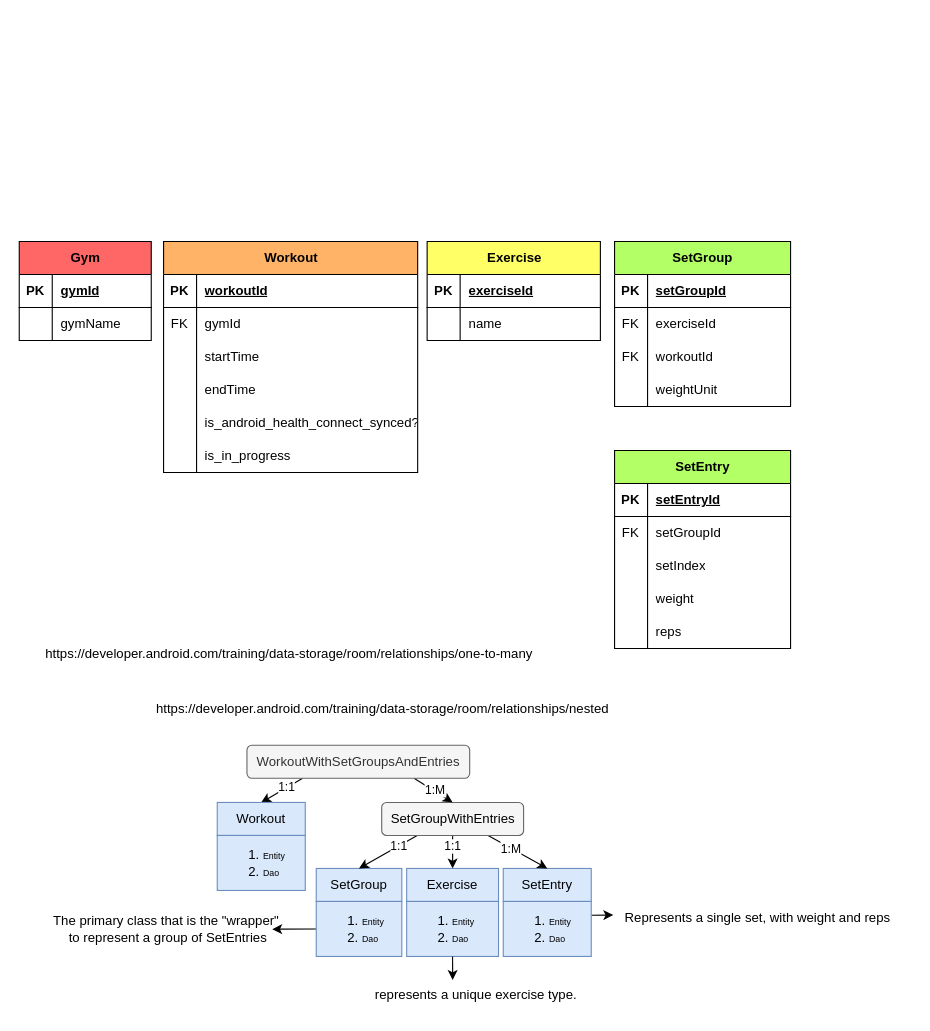
Above: docs/data_structure.drawio in H-unter/Fitness-Application (draw.io), before the change. Source tidied: cells renumbered, new cells numbered last; positions are measured from the earlier drawing's top-left corner, leaving out a move shared by most shapes. Both pictures are drawn from the tidied source at 110%, with x=0, y=0 at pixel (19, 241).
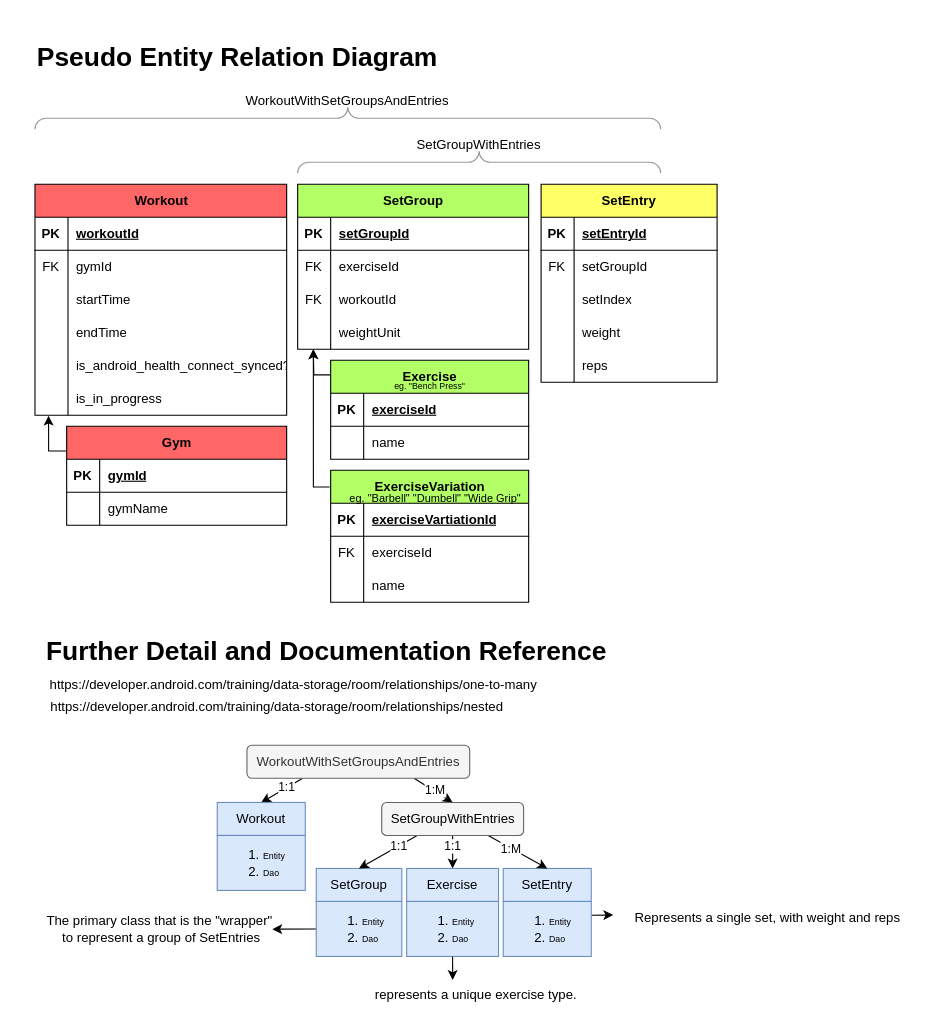
Above is the later version.

Commit message:
Improve data structure documentation

What changed in the source:
```diff
@@
     <mxCell id="2" value="Gym" style="shape=table;startSize=30;childLayout=tableLayout;rowLines=0;fontStyle=1;align=center;html=1;gradientColor=none;fillColor=#FF6666;" parent="1" vertex="1">
-      <mxGeometry width="120" height="90" as="geometry" />
+      <mxGeometry x="43.1" y="168" width="200" height="90" as="geometry" />
     </mxCell>
     <mxCell id="3" style="shape=tableRow;horizontal=0;startSize=0;swimlaneHead=0;swimlaneBody=0;fillColor=none;top=0;left=0;right=0;bottom=1;" parent="2" vertex="1">
-      <mxGeometry y="30" width="120" height="30" as="geometry" />
+      <mxGeometry y="30" width="200" height="30" as="geometry" />
     </mxCell>
@@
     <mxCell id="5" value="gymId" style="shape=partialRectangle;fillColor=none;top=0;left=0;bottom=0;right=0;align=left;spacingLeft=6;fontStyle=5;overflow=hidden;whiteSpace=wrap;html=1;" parent="3" vertex="1">
-      <mxGeometry x="30" width="90" height="30" as="geometry" />
+      <mxGeometry x="30" width="170" height="30" as="geometry" />
     </mxCell>
     <mxCell id="6" style="shape=tableRow;horizontal=0;startSize=0;swimlaneHead=0;swimlaneBody=0;fillColor=none;top=0;left=0;right=0;bottom=0;" parent="2" vertex="1">
-      <mxGeometry y="60" width="120" height="30" as="geometry" />
+      <mxGeometry y="60" width="200" height="30" as="geometry" />
     </mxCell>
@@
     <mxCell id="8" value="gymName" style="shape=partialRectangle;fillColor=none;top=0;left=0;bottom=0;right=0;align=left;spacingLeft=6;overflow=hidden;whiteSpace=wrap;html=1;" parent="6" vertex="1">
-      <mxGeometry x="30" width="90" height="30" as="geometry" />
+      <mxGeometry x="30" width="170" height="30" as="geometry" />
     </mxCell>
-    <mxCell id="9" value="Workout" style="shape=table;startSize=30;childLayout=tableLayout;rowLines=0;fontStyle=1;align=center;html=1;fillColor=#FFB366;" parent="1" vertex="1">
-      <mxGeometry x="131.2" width="231" height="210" as="geometry" />
+    <mxCell id="9" value="Workout" style="shape=table;startSize=30;childLayout=tableLayout;rowLines=0;fontStyle=1;align=center;html=1;fillColor=#FF6666;" parent="1" vertex="1">
+      <mxGeometry x="14.3" y="-52" width="228.8" height="210" as="geometry" />
     </mxCell>
     <mxCell id="10" style="shape=tableRow;horizontal=0;startSize=0;swimlaneHead=0;swimlaneBody=0;fillColor=none;top=0;left=0;right=0;bottom=1;" parent="9" vertex="1">
-      <mxGeometry y="30" width="231" height="30" as="geometry" />
+      <mxGeometry y="30" width="228.8" height="30" as="geometry" />
     </mxCell>
@@
     <mxCell id="12" value="workoutId" style="shape=partialRectangle;fillColor=none;top=0;left=0;bottom=0;right=0;align=left;spacingLeft=6;fontStyle=5;overflow=hidden;whiteSpace=wrap;html=1;" parent="10" vertex="1">
-      <mxGeometry x="30" width="201" height="30" as="geometry" />
+      <mxGeometry x="30" width="198.8" height="30" as="geometry" />
     </mxCell>
     <mxCell id="13" style="shape=tableRow;horizontal=0;startSize=0;swimlaneHead=0;swimlaneBody=0;fillColor=none;top=0;left=0;right=0;bottom=0;" parent="9" vertex="1">
-      <mxGeometry y="60" width="231" height="30" as="geometry" />
+      <mxGeometry y="60" width="228.8" height="30" as="geometry" />
     </mxCell>
@@
     <mxCell id="15" value="gymId" style="shape=partialRectangle;fillColor=none;top=0;left=0;bottom=0;right=0;align=left;spacingLeft=6;overflow=hidden;whiteSpace=wrap;html=1;" parent="13" vertex="1">
-      <mxGeometry x="30" width="201" height="30" as="geometry" />
+      <mxGeometry x="30" width="198.8" height="30" as="geometry" />
     </mxCell>
     <mxCell id="16" style="shape=tableRow;horizontal=0;startSize=0;swimlaneHead=0;swimlaneBody=0;fillColor=none;top=0;left=0;right=0;bottom=0;" parent="9" vertex="1">
-      <mxGeometry y="90" width="231" height="30" as="geometry" />
+      <mxGeometry y="90" width="228.8" height="30" as="geometry" />
     </mxCell>
@@
     <mxCell id="18" value="startTime" style="shape=partialRectangle;fillColor=none;top=0;left=0;bottom=0;right=0;align=left;spacingLeft=6;overflow=hidden;whiteSpace=wrap;html=1;" parent="16" vertex="1">
-      <mxGeometry x="30" width="201" height="30" as="geometry" />
+      <mxGeometry x="30" width="198.8" height="30" as="geometry" />
     </mxCell>
     <mxCell id="19" style="shape=tableRow;horizontal=0;startSize=0;swimlaneHead=0;swimlaneBody=0;fillColor=none;top=0;left=0;right=0;bottom=0;" parent="9" vertex="1">
-      <mxGeometry y="120" width="231" height="30" as="geometry" />
+      <mxGeometry y="120" width="228.8" height="30" as="geometry" />
     </mxCell>
@@
     <mxCell id="21" value="endTime" style="shape=partialRectangle;fillColor=none;top=0;left=0;bottom=0;right=0;align=left;spacingLeft=6;overflow=hidden;whiteSpace=wrap;html=1;" parent="19" vertex="1">
-      <mxGeometry x="30" width="201" height="30" as="geometry" />
+      <mxGeometry x="30" width="198.8" height="30" as="geometry" />
     </mxCell>
     <mxCell id="22" style="shape=tableRow;horizontal=0;startSize=0;swimlaneHead=0;swimlaneBody=0;fillColor=none;top=0;left=0;right=0;bottom=0;" parent="9" vertex="1">
-      <mxGeometry y="150" width="231" height="30" as="geometry" />
+      <mxGeometry y="150" width="228.8" height="30" as="geometry" />
     </mxCell>
@@
     <mxCell id="24" value="is_android_health_connect_synced?" style="shape=partialRectangle;fillColor=none;top=0;left=0;bottom=0;right=0;align=left;spacingLeft=6;overflow=hidden;whiteSpace=wrap;html=1;" parent="22" vertex="1">
-      <mxGeometry x="30" width="201" height="30" as="geometry" />
+      <mxGeometry x="30" width="198.8" height="30" as="geometry" />
     </mxCell>
     <mxCell id="25" style="shape=tableRow;horizontal=0;startSize=0;swimlaneHead=0;swimlaneBody=0;fillColor=none;points=[[0,0.5],[1,0.5]];portConstraint=eastwest;top=0;left=0;right=0;bottom=0;" parent="9" vertex="1">
-      <mxGeometry y="180" width="231" height="30" as="geometry" />
+      <mxGeometry y="180" width="228.8" height="30" as="geometry" />
     </mxCell>
@@
     <mxCell id="27" value="is_in_progress" style="shape=partialRectangle;fillColor=none;top=0;left=0;bottom=0;right=0;align=left;spacingLeft=6;overflow=hidden;whiteSpace=wrap;html=1;" parent="25" vertex="1">
-      <mxGeometry x="30" width="201" height="30" as="geometry" />
+      <mxGeometry x="30" width="198.8" height="30" as="geometry" />
     </mxCell>
-    <mxCell id="28" value="Exercise" style="shape=table;startSize=30;childLayout=tableLayout;rowLines=0;fontStyle=1;align=center;html=1;fillColor=#FFFF66;" parent="1" vertex="1">
-      <mxGeometry x="370.8" width="157.5" height="90" as="geometry" />
+    <mxCell id="28" value="Exercise" style="shape=table;startSize=30;childLayout=tableLayout;rowLines=0;fontStyle=1;align=center;html=1;fillColor=#B3FF66;" parent="1" vertex="1">
+      <mxGeometry x="283.1" y="108" width="180" height="90" as="geometry" />
     </mxCell>
     <mxCell id="29" style="shape=tableRow;horizontal=0;startSize=0;swimlaneHead=0;swimlaneBody=0;fillColor=none;top=0;left=0;right=0;bottom=1;" parent="28" vertex="1">
-      <mxGeometry y="30" width="157.5" height="30" as="geometry" />
+      <mxGeometry y="30" width="180" height="30" as="geometry" />
     </mxCell>
@@
     <mxCell id="31" value="exerciseId" style="shape=partialRectangle;fillColor=none;top=0;left=0;bottom=0;right=0;align=left;spacingLeft=6;fontStyle=5;overflow=hidden;whiteSpace=wrap;html=1;" parent="29" vertex="1">
-      <mxGeometry x="30" width="127.5" height="30" as="geometry" />
+      <mxGeometry x="30" width="150" height="30" as="geometry" />
     </mxCell>
     <mxCell id="32" style="shape=tableRow;horizontal=0;startSize=0;swimlaneHead=0;swimlaneBody=0;fillColor=none;top=0;left=0;right=0;bottom=0;" parent="28" vertex="1">
-      <mxGeometry y="60" width="157.5" height="30" as="geometry" />
+      <mxGeometry y="60" width="180" height="30" as="geometry" />
     </mxCell>
@@
     <mxCell id="34" value="name" style="shape=partialRectangle;fillColor=none;top=0;left=0;bottom=0;right=0;align=left;spacingLeft=6;overflow=hidden;whiteSpace=wrap;html=1;" parent="32" vertex="1">
-      <mxGeometry x="30" width="127.5" height="30" as="geometry" />
+      <mxGeometry x="30" width="150" height="30" as="geometry" />
     </mxCell>
     <mxCell id="35" value="SetGroup" style="shape=table;startSize=30;childLayout=tableLayout;rowLines=0;fontStyle=1;align=center;html=1;fillColor=#B3FF66;" parent="1" vertex="1">
-      <mxGeometry x="541.2" width="160" height="150" as="geometry" />
+      <mxGeometry x="253.1" y="-52" width="210" height="150" as="geometry" />
     </mxCell>
     <mxCell id="36" style="shape=tableRow;horizontal=0;startSize=0;swimlaneHead=0;swimlaneBody=0;fillColor=none;top=0;left=0;right=0;bottom=1;" parent="35" vertex="1">
-      <mxGeometry y="30" width="160" height="30" as="geometry" />
+      <mxGeometry y="30" width="210" height="30" as="geometry" />
     </mxCell>
@@
     <mxCell id="38" value="setGroupId" style="shape=partialRectangle;fillColor=none;top=0;left=0;bottom=0;right=0;align=left;spacingLeft=6;fontStyle=5;overflow=hidden;whiteSpace=wrap;html=1;" parent="36" vertex="1">
-      <mxGeometry x="30" width="130" height="30" as="geometry" />
+      <mxGeometry x="30" width="180" height="30" as="geometry" />
     </mxCell>
     <mxCell id="39" style="shape=tableRow;horizontal=0;startSize=0;swimlaneHead=0;swimlaneBody=0;fillColor=none;top=0;left=0;right=0;bottom=0;" parent="35" vertex="1">
-      <mxGeometry y="60" width="160" height="30" as="geometry" />
+      <mxGeometry y="60" width="210" height="30" as="geometry" />
     </mxCell>
@@
     <mxCell id="41" value="exerciseId" style="shape=partialRectangle;fillColor=none;top=0;left=0;bottom=0;right=0;align=left;spacingLeft=6;overflow=hidden;whiteSpace=wrap;html=1;" parent="39" vertex="1">
-      <mxGeometry x="30" width="130" height="30" as="geometry" />
+      <mxGeometry x="30" width="180" height="30" as="geometry" />
     </mxCell>
     <mxCell id="42" style="shape=tableRow;horizontal=0;startSize=0;swimlaneHead=0;swimlaneBody=0;fillColor=none;top=0;left=0;right=0;bottom=0;" parent="35" vertex="1">
-      <mxGeometry y="90" width="160" height="30" as="geometry" />
+      <mxGeometry y="90" width="210" height="30" as="geometry" />
     </mxCell>
@@
     <mxCell id="44" value="workoutId" style="shape=partialRectangle;fillColor=none;top=0;left=0;bottom=0;right=0;align=left;spacingLeft=6;overflow=hidden;whiteSpace=wrap;html=1;" parent="42" vertex="1">
-      <mxGeometry x="30" width="130" height="30" as="geometry" />
+      <mxGeometry x="30" width="180" height="30" as="geometry" />
     </mxCell>
     <mxCell id="45" style="shape=tableRow;horizontal=0;startSize=0;swimlaneHead=0;swimlaneBody=0;fillColor=none;points=[[0,0.5],[1,0.5]];portConstraint=eastwest;top=0;left=0;right=0;bottom=0;" parent="35" vertex="1">
-      <mxGeometry y="120" width="160" height="30" as="geometry" />
+      <mxGeometry y="120" width="210" height="30" as="geometry" />
     </mxCell>
@@
     <mxCell id="47" value="weightUnit" style="shape=partialRectangle;fillColor=none;top=0;left=0;bottom=0;right=0;align=left;spacingLeft=6;overflow=hidden;whiteSpace=wrap;html=1;" parent="45" vertex="1">
-      <mxGeometry x="30" width="130" height="30" as="geometry" />
+      <mxGeometry x="30" width="180" height="30" as="geometry" />
     </mxCell>
-    <mxCell id="48" value="SetEntry" style="shape=table;startSize=30;childLayout=tableLayout;rowLines=0;fontStyle=1;align=center;html=1;fillColor=#B3FF66;" parent="1" vertex="1">
-      <mxGeometry x="541.2" y="190" width="160" height="180" as="geometry" />
+    <mxCell id="48" value="SetEntry" style="shape=table;startSize=30;childLayout=tableLayout;rowLines=0;fontStyle=1;align=center;html=1;fillColor=#FFFF66;" parent="1" vertex="1">
+      <mxGeometry x="474.4" y="-52" width="160" height="180" as="geometry" />
     </mxCell>
@@
     <mxCell id="73" value="https://developer.android.com/training/data-storage/room/relationships/nested" style="text;html=1;align=center;verticalAlign=middle;strokeColor=none;fillColor=none;" parent="1" vertex="1">
-      <mxGeometry x="110" y="410" width="440" height="30" as="geometry" />
+      <mxGeometry x="14.3" y="408" width="440" height="30" as="geometry" />
     </mxCell>
     <mxCell id="74" value="&lt;div&gt;&lt;br&gt;&lt;/div&gt;" style="text;html=1;align=center;verticalAlign=middle;strokeColor=none;fillColor=none;" parent="1" vertex="1">
-      <mxGeometry x="319.5" y="428" width="20" height="30" as="geometry" />
+      <mxGeometry x="288.2" y="486" width="20" height="30" as="geometry" />
     </mxCell>
@@
     <mxCell id="81" value="https://developer.android.com/training/data-storage/room/relationships/one-to-many" style="text;html=1;align=center;verticalAlign=middle;strokeColor=none;fillColor=none;" parent="1" vertex="1">
-      <mxGeometry x="10" y="360" width="470" height="30" as="geometry" />
+      <mxGeometry x="14.3" y="388" width="470" height="30" as="geometry" />
     </mxCell>
@@
     <mxCell id="91" value="Represents a single set, with weight and reps" style="text;html=1;align=center;verticalAlign=middle;strokeColor=none;fillColor=none;" parent="1" vertex="1">
-      <mxGeometry x="541.2" y="600" width="260" height="30" as="geometry" />
+      <mxGeometry x="550" y="600" width="260" height="30" as="geometry" />
     </mxCell>
     <mxCell id="92" value="The primary class that is the &quot;wrapper&quot;&amp;nbsp;&lt;br&gt;to represent a group of SetEntries" style="text;html=1;align=center;verticalAlign=middle;strokeColor=none;fillColor=none;" parent="1" vertex="1">
-      <mxGeometry x="20" y="605" width="230" height="40" as="geometry" />
+      <mxGeometry x="14.3" y="605" width="230" height="40" as="geometry" />
     </mxCell>
+    <mxCell id="93" value="ExerciseVariation" style="shape=table;startSize=30;childLayout=tableLayout;rowLines=0;fontStyle=1;align=center;html=1;fillColor=#B3FF66;" parent="1" vertex="1">
+      <mxGeometry x="283.1" y="208" width="180" height="120" as="geometry" />
+    </mxCell>
+    <mxCell id="94" style="shape=tableRow;horizontal=0;startSize=0;swimlaneHead=0;swimlaneBody=0;fillColor=none;top=0;left=0;right=0;bottom=1;" parent="93" vertex="1">
+      <mxGeometry y="30" width="180" height="30" as="geometry" />
+    </mxCell>
+    <mxCell id="95" value="PK" style="shape=partialRectangle;fillColor=none;top=0;left=0;bottom=0;right=0;fontStyle=1;overflow=hidden;whiteSpace=wrap;html=1;" parent="94" vertex="1">
+      <mxGeometry width="30" height="30" as="geometry" />
+    </mxCell>
+    <mxCell id="96" value="exerciseVartiationId" style="shape=partialRectangle;fillColor=none;top=0;left=0;bottom=0;right=0;align=left;spacingLeft=6;fontStyle=5;overflow=hidden;whiteSpace=wrap;html=1;" parent="94" vertex="1">
+      <mxGeometry x="30" width="150" height="30" as="geometry" />
+    </mxCell>
+    <mxCell id="97" style="shape=tableRow;horizontal=0;startSize=0;swimlaneHead=0;swimlaneBody=0;fillColor=none;top=0;left=0;right=0;bottom=0;" parent="93" vertex="1">
+      <mxGeometry y="60" width="180" height="30" as="geometry" />
+    </mxCell>
+    <mxCell id="98" value="FK" style="shape=partialRectangle;fillColor=none;top=0;left=0;bottom=0;right=0;overflow=hidden;whiteSpace=wrap;html=1;" parent="97" vertex="1">
+      <mxGeometry width="30" height="30" as="geometry" />
+    </mxCell>
+    <mxCell id="99" value="exerciseId" style="shape=partialRectangle;fillColor=none;top=0;left=0;bottom=0;right=0;align=left;spacingLeft=6;overflow=hidden;whiteSpace=wrap;html=1;" parent="97" vertex="1">
+      <mxGeometry x="30" width="150" height="30" as="geometry" />
+    </mxCell>
+    <mxCell id="100" style="shape=tableRow;horizontal=0;startSize=0;swimlaneHead=0;swimlaneBody=0;fillColor=none;top=0;left=0;right=0;bottom=0;" parent="93" vertex="1">
+      <mxGeometry y="90" width="180" height="30" as="geometry" />
+    </mxCell>
+    <mxCell id="101" style="shape=partialRectangle;fillColor=none;top=0;left=0;bottom=0;right=0;overflow=hidden;whiteSpace=wrap;html=1;" parent="100" vertex="1">
+      <mxGeometry width="30" height="30" as="geometry" />
+    </mxCell>
+    <mxCell id="102" value="name" style="shape=partialRectangle;fillColor=none;top=0;left=0;bottom=0;right=0;align=left;spacingLeft=6;overflow=hidden;whiteSpace=wrap;html=1;" parent="100" vertex="1">
+      <mxGeometry x="30" width="150" height="30" as="geometry" />
+    </mxCell>
+    <mxCell id="103" value="&lt;font style=&quot;font-size: 8px;&quot;&gt;eg. &quot;Bench Press&quot;&lt;/font&gt;" style="text;html=1;align=center;verticalAlign=middle;strokeColor=none;fillColor=none;" parent="1" vertex="1">
+      <mxGeometry x="328.1" y="116" width="90" height="30" as="geometry" />
+    </mxCell>
+    <mxCell id="104" value="&lt;font style=&quot;font-size: 10px;&quot;&gt;eg. &quot;Barbell&quot; &quot;Dumbell&quot; &quot;Wide Grip&quot;&lt;/font&gt;" style="text;html=1;align=center;verticalAlign=middle;strokeColor=none;fillColor=none;" parent="1" vertex="1">
+      <mxGeometry x="288.2" y="218" width="180" height="30" as="geometry" />
+    </mxCell>
+    <mxCell id="105" value="SetGroupWithEntries" style="verticalLabelPosition=top;shadow=0;dashed=0;align=center;html=1;verticalAlign=top;strokeWidth=1;shape=mxgraph.mockup.markup.curlyBrace;whiteSpace=wrap;strokeColor=#999999;labelPosition=center;horizontal=1;" parent="1" vertex="1">
+      <mxGeometry x="253.1" y="-82" width="330" height="20" as="geometry" />
+    </mxCell>
+    <mxCell id="106" value="WorkoutWithSetGroupsAndEntries" style="verticalLabelPosition=top;shadow=0;dashed=0;align=center;html=1;verticalAlign=top;strokeWidth=1;shape=mxgraph.mockup.markup.curlyBrace;whiteSpace=wrap;strokeColor=#999999;labelPosition=center;horizontal=1;" parent="1" vertex="1">
+      <mxGeometry x="14.3" y="-122" width="568.8" height="20" as="geometry" />
+    </mxCell>
+    <mxCell id="107" style="edgeStyle=orthogonalEdgeStyle;html=1;exitX=0;exitY=0.148;exitDx=0;exitDy=0;entryX=0.065;entryY=1.03;entryDx=0;entryDy=0;entryPerimeter=0;exitPerimeter=0;rounded=0;" parent="1" edge="1" source="28">
+      <mxGeometry relative="1" as="geometry">
+        <mxPoint x="267.3" y="98" as="targetPoint" />
+      </mxGeometry>
+    </mxCell>
+    <mxCell id="108" style="edgeStyle=orthogonalEdgeStyle;html=1;exitX=-0.005;exitY=0.127;exitDx=0;exitDy=0;exitPerimeter=0;rounded=0;curved=0;entryX=0.068;entryY=1;entryDx=0;entryDy=0;entryPerimeter=0;" parent="1" edge="1" source="93" target="45">
+      <mxGeometry relative="1" as="geometry" />
+    </mxCell>
+    <mxCell id="109" style="edgeStyle=orthogonalEdgeStyle;html=1;exitX=0;exitY=0.25;exitDx=0;exitDy=0;entryX=0.054;entryY=1.012;entryDx=0;entryDy=0;entryPerimeter=0;rounded=0;curved=0;" parent="1" edge="1" source="2" target="25">
+      <mxGeometry relative="1" as="geometry" />
+    </mxCell>
+    <mxCell id="110" value="&lt;h1&gt;Pseudo Entity Relation Diagram&lt;/h1&gt;" style="text;html=1;align=center;verticalAlign=middle;strokeColor=none;fillColor=none;" parent="1" vertex="1">
+      <mxGeometry x="3.1" y="-202" width="390" height="70" as="geometry" />
+    </mxCell>
+    <mxCell id="111" value="&lt;h1&gt;Further Detail and Documentation Reference&lt;/h1&gt;" style="text;html=1;align=center;verticalAlign=middle;strokeColor=none;fillColor=none;" parent="1" vertex="1">
+      <mxGeometry x="14.3" y="338" width="530" height="70" as="geometry" />
+    </mxCell>
```
